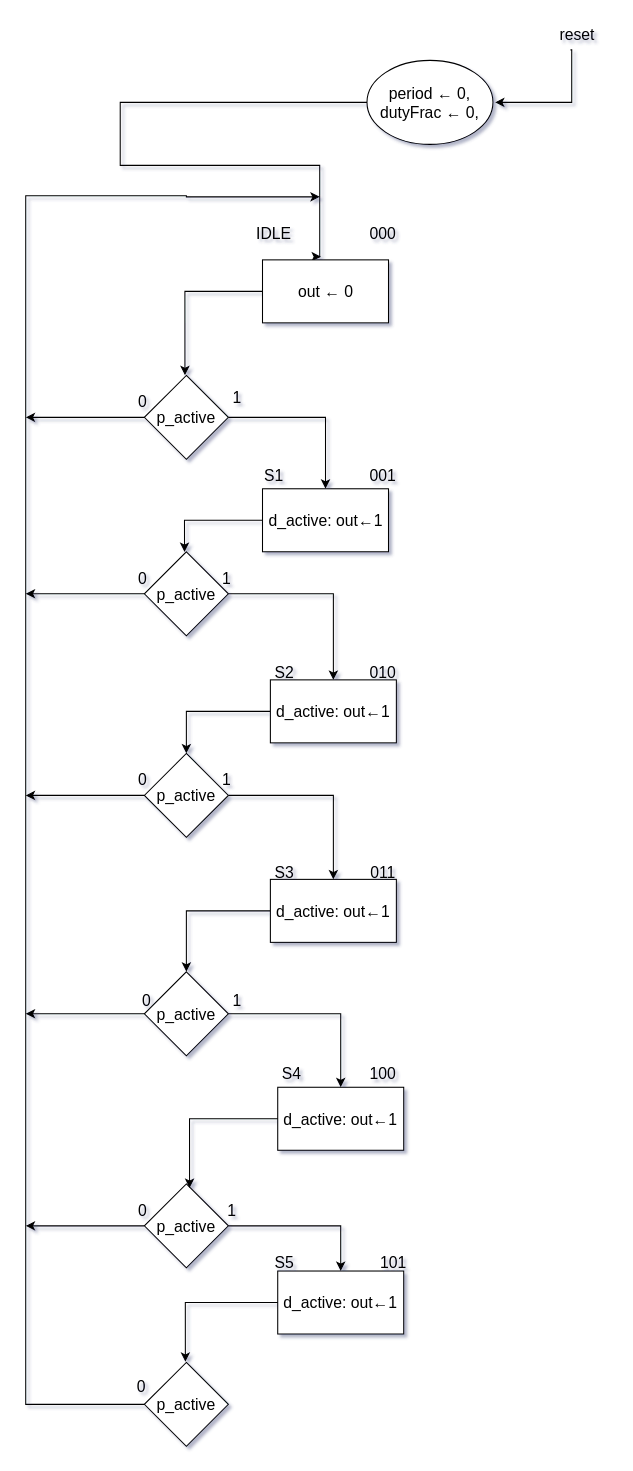
Before: newdragon.drawio in Mark5431/Adjustable-Frequency-Divider, a draw.io diagram. Source tidied: cells renumbered, new cells numbered last; positions are measured from the earlier drawing's top-left corner, leaving out a move shared by most shapes. Both pictures are drawn from the tidied source at 105%, with x=0, y=0 at pixel (25, 18).
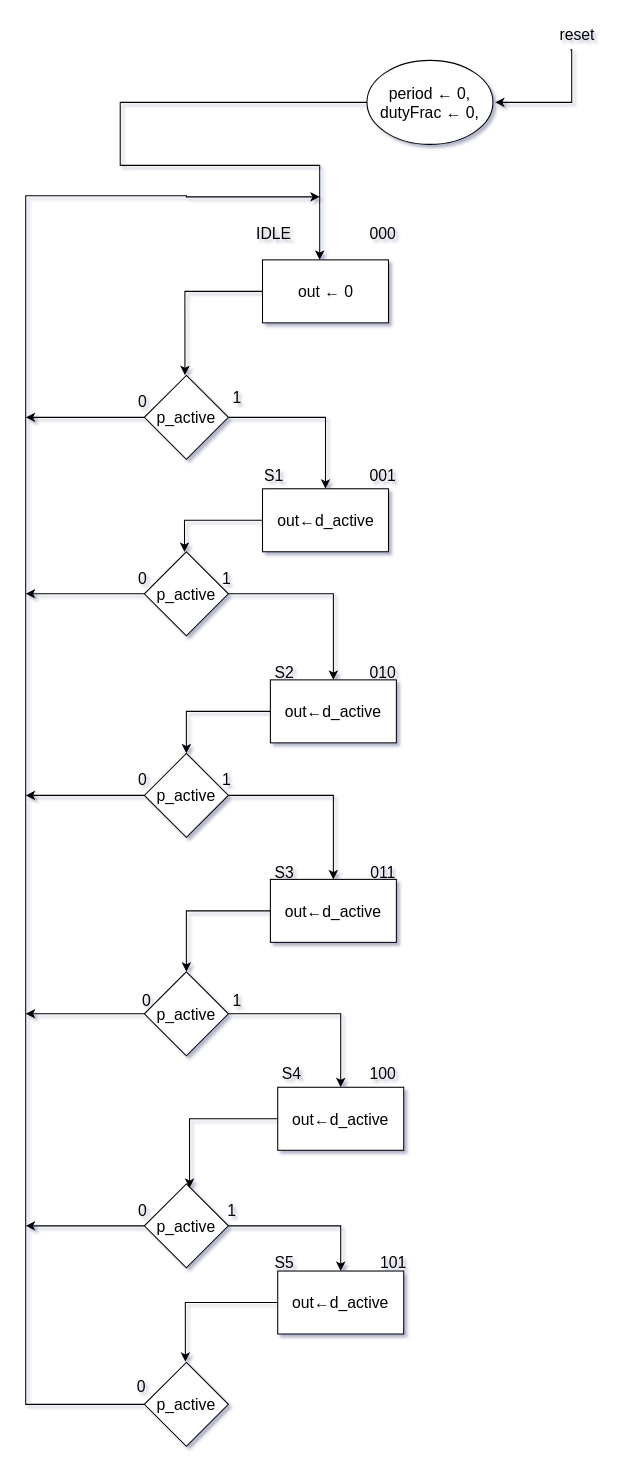
Above is the later version.

The change refers to these unchanged cells:
```xml
<mxCell id="49" value="period&amp;nbsp;← 0,&lt;br style=&quot;font-size: 15px;&quot;&gt;dutyFrac&amp;nbsp;← 0," style="ellipse;whiteSpace=wrap;html=1;fontSize=15;fontStyle=0;" parent="1" vertex="1">
  <mxGeometry x="325" y="40" width="120" height="80" as="geometry" />
</mxCell>
<mxCell id="51" value="out&amp;nbsp;← 0" style="whiteSpace=wrap;html=1;fontSize=15;fontStyle=0;" parent="1" vertex="1">
  <mxGeometry x="225.5" y="230" width="120" height="60" as="geometry" />
</mxCell>
```

What changed in the source:
```diff
@@
-    <mxCell id="5" value="d_active: out←1" style="whiteSpace=wrap;html=1;fontSize=15;fontStyle=0;strokeWidth=1;fontColor=#000000;" parent="1" vertex="1">
+    <mxCell id="5" value="out←d_active" style="whiteSpace=wrap;html=1;fontSize=15;fontStyle=0;strokeWidth=1;fontColor=#000000;" parent="1" vertex="1">
       <mxGeometry x="225.5" y="448" width="120" height="60" as="geometry" />
     </mxCell>
@@
-    <mxCell id="12" value="d_active: out←1" style="whiteSpace=wrap;html=1;fontSize=15;fontStyle=0;strokeWidth=1;fontColor=#000000;" parent="1" vertex="1">
+    <mxCell id="12" value="out←d_active" style="whiteSpace=wrap;html=1;fontSize=15;fontStyle=0;strokeWidth=1;fontColor=#000000;" parent="1" vertex="1">
       <mxGeometry x="233" y="630" width="120" height="60" as="geometry" />
     </mxCell>
@@
-    <mxCell id="17" value="d_active: out←1" style="whiteSpace=wrap;html=1;fontSize=15;fontStyle=0;strokeWidth=1;fontColor=#000000;" parent="1" vertex="1">
+    <mxCell id="17" value="out←d_active" style="whiteSpace=wrap;html=1;fontSize=15;fontStyle=0;strokeWidth=1;fontColor=#000000;" parent="1" vertex="1">
       <mxGeometry x="233" y="820" width="120" height="60" as="geometry" />
     </mxCell>
@@
-    <mxCell id="21" value="d_active: out←1" style="whiteSpace=wrap;html=1;fontSize=15;fontStyle=0;strokeWidth=1;fontColor=#000000;" parent="1" vertex="1">
+    <mxCell id="21" value="out←d_active" style="whiteSpace=wrap;html=1;fontSize=15;fontStyle=0;strokeWidth=1;fontColor=#000000;" parent="1" vertex="1">
       <mxGeometry x="240" y="1018" width="120" height="60" as="geometry" />
     </mxCell>
@@
-    <mxCell id="25" value="d_active: out←1" style="whiteSpace=wrap;html=1;fontSize=15;fontStyle=0;strokeWidth=1;fontColor=#000000;" parent="1" vertex="1">
+    <mxCell id="25" value="out←d_active" style="whiteSpace=wrap;html=1;fontSize=15;fontStyle=0;strokeWidth=1;fontColor=#000000;" parent="1" vertex="1">
       <mxGeometry x="240" y="1193" width="120" height="60" as="geometry" />
     </mxCell>
@@
-    <mxCell id="48" style="edgeStyle=orthogonalEdgeStyle;rounded=0;jettySize=auto;html=1;fontSize=15;fontStyle=0;entryX=0.464;entryY=-0.048;entryDx=0;entryDy=0;entryPerimeter=0;" parent="1" edge="1" source="49" target="51">
+    <mxCell id="48" style="edgeStyle=orthogonalEdgeStyle;rounded=0;jettySize=auto;html=1;fontSize=15;fontStyle=0;" parent="1" edge="1" source="49" target="51">
       <mxGeometry relative="1" as="geometry">
         <Array as="points">
           <mxPoint x="90" y="80" />
           <mxPoint x="90" y="140" />
           <mxPoint x="280" y="140" />
-          <mxPoint x="280" y="227" />
         </Array>
       </mxGeometry>
     </mxCell>
```
